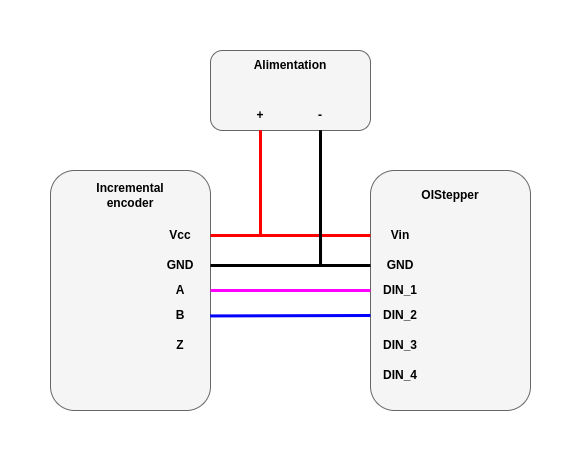
Before: docs/source/_static/encoder_connection.png, a diagram exported from draw.io (openindus/oi-firmware). Source tidied: cells renumbered, new cells last; positions are measured from the earlier drawing's top-left corner, leaving out a move shared by most shapes.
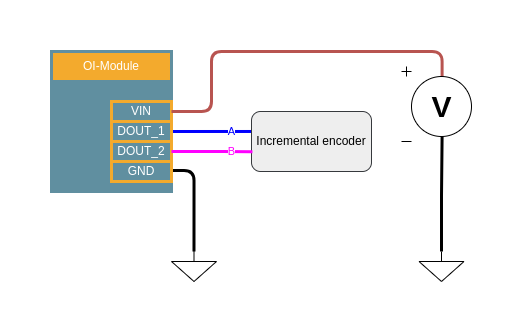
Above is the later version.

The edit, as a diff of the source:
```diff
@@ -2,93 +2,77 @@
   <root>
     <mxCell id="0" />
     <mxCell id="1" parent="0" />
-    <mxCell id="2" style="rounded=1;whiteSpace=wrap;html=1;fillColor=#f5f5f5;fontColor=#333333;strokeColor=#666666;" parent="1" vertex="1">
-      <mxGeometry x="320" y="120" width="160" height="240" as="geometry" />
-    </mxCell>
-    <mxCell id="3" style="rounded=1;whiteSpace=wrap;html=1;fillColor=#f5f5f5;fontColor=#333333;strokeColor=#666666;" parent="1" vertex="1">
-      <mxGeometry y="120" width="160" height="240" as="geometry" />
-    </mxCell>
+    <mxCell id="27" value="OI-Module" style="rounded=0;whiteSpace=wrap;html=1;fillColor=#F3AA2D;fontColor=#FFFFFF;strokeColor=#608FA0;strokeWidth=3;" parent="1" vertex="1">
+      <mxGeometry x="-150" y="70" width="120" height="30" as="geometry" />
+    </mxCell>
+    <mxCell id="28" style="rounded=0;whiteSpace=wrap;html=1;fillColor=#608FA0;strokeColor=#608FA0;fontColor=#ffffff;strokeWidth=3;" parent="1" vertex="1">
+      <mxGeometry x="-150" y="100" width="120" height="110" as="geometry" />
+    </mxCell>
+    <mxCell id="29" style="edgeStyle=orthogonalEdgeStyle;rounded=1;jettySize=auto;html=1;exitX=1;exitY=0.5;exitDx=0;exitDy=0;endArrow=none;endFill=0;fillColor=#f8cecc;strokeColor=#0000FF;strokeWidth=3;curved=0;entryX=0.017;entryY=0.333;entryDx=0;entryDy=0;entryPerimeter=0;" parent="1" edge="1" source="30" target="4">
+      <mxGeometry relative="1" as="geometry" />
+    </mxCell>
+    <mxCell id="18" value="A" style="edgeLabel;html=1;align=center;verticalAlign=middle;fontColor=#0000FF;" parent="29" vertex="1">
+      <mxGeometry x="-0.14" relative="1" as="geometry">
+        <mxPoint x="25" as="offset" />
+      </mxGeometry>
+    </mxCell>
+    <mxCell id="30" value="DOUT_1" style="rounded=0;whiteSpace=wrap;html=1;strokeColor=#F3AA2D;strokeWidth=3;fillColor=none;fontColor=#FFFFFF;" parent="1" vertex="1">
+      <mxGeometry x="-90" y="140" width="60" height="20" as="geometry" />
+    </mxCell>
+    <mxCell id="31" value="VIN" style="rounded=0;whiteSpace=wrap;html=1;strokeColor=#F3AA2D;strokeWidth=3;fillColor=none;fontColor=#FFFFFF;" parent="1" vertex="1">
+      <mxGeometry x="-90" y="120" width="60" height="20" as="geometry" />
+    </mxCell>
+    <mxCell id="32" style="edgeStyle=orthogonalEdgeStyle;rounded=1;jettySize=auto;html=1;entryX=0.5;entryY=0;entryDx=0;entryDy=0;entryPerimeter=0;endArrow=none;endFill=0;strokeWidth=3;curved=0;" parent="1" edge="1" source="33" target="34">
+      <mxGeometry relative="1" as="geometry">
+        <Array as="points">
+          <mxPoint x="-7" y="189" />
+        </Array>
+      </mxGeometry>
+    </mxCell>
+    <mxCell id="33" value="GND" style="rounded=0;whiteSpace=wrap;html=1;strokeColor=#F3AA2D;strokeWidth=3;fillColor=none;fontColor=#FFFFFF;" parent="1" vertex="1">
+      <mxGeometry x="-90" y="180" width="60" height="20" as="geometry" />
+    </mxCell>
+    <mxCell id="34" style="verticalLabelPosition=bottom;shadow=0;dashed=0;align=center;html=1;verticalAlign=top;shape=mxgraph.electrical.signal_sources.signal_ground;" parent="1" vertex="1">
+      <mxGeometry x="-30" y="270" width="45" height="30" as="geometry" />
+    </mxCell>
+    <mxCell id="35" style="edgeStyle=orthogonalEdgeStyle;rounded=1;jettySize=auto;html=1;exitX=0.58;exitY=0.135;exitDx=0;exitDy=0;exitPerimeter=0;entryX=1;entryY=0.5;entryDx=0;entryDy=0;endArrow=none;endFill=0;fillColor=#f8cecc;strokeColor=#b85450;strokeWidth=3;curved=0;" parent="1" edge="1" source="36" target="31">
+      <mxGeometry relative="1" as="geometry">
+        <Array as="points">
+          <mxPoint x="241" y="70" />
+          <mxPoint x="10" y="70" />
+          <mxPoint x="10" y="130" />
+        </Array>
+      </mxGeometry>
+    </mxCell>
+    <mxCell id="36" style="verticalLabelPosition=bottom;shadow=0;dashed=0;align=center;html=1;verticalAlign=top;shape=mxgraph.electrical.signal_sources.dc_source_1;" parent="1" vertex="1">
+      <mxGeometry x="200" y="85" width="70" height="75" as="geometry" />
+    </mxCell>
+    <mxCell id="37" value="V" style="text;html=1;align=center;verticalAlign=middle;strokeColor=none;fillColor=none;fontStyle=1;fontSize=30;" parent="1" vertex="1">
+      <mxGeometry x="220" y="100" width="40" height="50" as="geometry" />
+    </mxCell>
+    <mxCell id="38" style="edgeStyle=orthogonalEdgeStyle;rounded=0;jettySize=auto;html=1;endArrow=none;endFill=0;entryX=0.58;entryY=0.935;entryDx=0;entryDy=0;entryPerimeter=0;strokeWidth=3;" parent="1" edge="1" source="39" target="36">
+      <mxGeometry relative="1" as="geometry" />
+    </mxCell>
+    <mxCell id="39" style="verticalLabelPosition=bottom;shadow=0;dashed=0;align=center;html=1;verticalAlign=top;shape=mxgraph.electrical.signal_sources.signal_ground;" parent="1" vertex="1">
+      <mxGeometry x="217.5" y="270" width="45" height="30" as="geometry" />
+    </mxCell>
+    <mxCell id="40" value="DOUT_2" style="rounded=0;whiteSpace=wrap;html=1;strokeColor=#F3AA2D;strokeWidth=3;fillColor=none;fontColor=#FFFFFF;" parent="1" vertex="1">
+      <mxGeometry x="-90" y="160" width="60" height="20" as="geometry" />
+    </mxCell>
-    <mxCell id="4" value="&lt;b&gt;Incremental encoder&lt;/b&gt;" style="text;html=1;align=center;verticalAlign=middle;whiteSpace=wrap;rounded=0;" parent="1" vertex="1">
-      <mxGeometry x="50" y="130" width="60" height="30" as="geometry" />
+    <mxCell id="4" value="Incremental encoder" style="rounded=1;whiteSpace=wrap;html=1;fillColor=#eeeeee;strokeColor=#36393d;" parent="1" vertex="1">
+      <mxGeometry x="50" y="130" width="120" height="60" as="geometry" />
     </mxCell>
-    <mxCell id="5" value="&lt;b&gt;OIStepper&lt;/b&gt;" style="text;html=1;align=center;verticalAlign=middle;whiteSpace=wrap;rounded=0;" parent="1" vertex="1">
-      <mxGeometry x="370" y="130" width="60" height="30" as="geometry" />
-    </mxCell>
-    <mxCell id="6" style="endArrow=none;html=1;rounded=0;exitX=0.998;exitY=0.606;exitDx=0;exitDy=0;exitPerimeter=0;strokeWidth=3;strokeColor=#0000FF;entryX=0;entryY=0.5;entryDx=0;entryDy=0;" parent="1" edge="1" source="3" target="20">
-      <mxGeometry relative="1" as="geometry" />
-    </mxCell>
-    <mxCell id="7" style="endArrow=none;html=1;rounded=0;entryX=0;entryY=0.5;entryDx=0;entryDy=0;strokeWidth=3;strokeColor=#FF00FF;exitX=1;exitY=0.5;exitDx=0;exitDy=0;" parent="1" edge="1" source="3" target="19">
-      <mxGeometry relative="1" as="geometry" />
-    </mxCell>
-    <mxCell id="8" style="rounded=1;whiteSpace=wrap;html=1;fillColor=#f5f5f5;fontColor=#333333;strokeColor=#666666;" parent="1" vertex="1">
-      <mxGeometry x="160" width="160" height="80" as="geometry" />
-    </mxCell>
-    <mxCell id="9" value="&lt;b&gt;Alimentation&lt;/b&gt;" style="text;html=1;align=center;verticalAlign=middle;whiteSpace=wrap;rounded=0;" parent="1" vertex="1">
-      <mxGeometry x="210" width="60" height="30" as="geometry" />
-    </mxCell>
-    <mxCell id="10" value="&lt;b&gt;+&lt;/b&gt;" style="text;html=1;align=center;verticalAlign=middle;whiteSpace=wrap;rounded=0;" parent="1" vertex="1">
-      <mxGeometry x="180" y="50" width="60" height="30" as="geometry" />
-    </mxCell>
-    <mxCell id="11" value="&lt;b&gt;-&lt;/b&gt;" style="text;html=1;align=center;verticalAlign=middle;whiteSpace=wrap;rounded=0;" parent="1" vertex="1">
-      <mxGeometry x="240" y="50" width="60" height="30" as="geometry" />
-    </mxCell>
-    <mxCell id="12" style="endArrow=none;html=1;rounded=0;entryX=0.5;entryY=1;entryDx=0;entryDy=0;strokeWidth=3;strokeColor=#FF0000;exitX=1;exitY=0.5;exitDx=0;exitDy=0;edgeStyle=orthogonalEdgeStyle;" parent="1" edge="1" source="14" target="10">
-      <mxGeometry relative="1" as="geometry" />
-    </mxCell>
-    <mxCell id="13" style="endArrow=none;html=1;rounded=0;entryX=0.5;entryY=1;entryDx=0;entryDy=0;strokeWidth=3;strokeColor=#FF0000;edgeStyle=orthogonalEdgeStyle;exitX=0;exitY=0.5;exitDx=0;exitDy=0;" parent="1" edge="1" source="15" target="10">
-      <mxGeometry relative="1" as="geometry">
-        <Array as="points">
-          <mxPoint x="210" y="185" />
-        </Array>
-      </mxGeometry>
-    </mxCell>
-    <mxCell id="14" value="&lt;b&gt;Vcc&lt;/b&gt;" style="text;html=1;align=center;verticalAlign=middle;whiteSpace=wrap;rounded=0;" parent="1" vertex="1">
-      <mxGeometry x="100" y="170" width="60" height="30" as="geometry" />
-    </mxCell>
-    <mxCell id="15" value="&lt;b&gt;Vin&lt;/b&gt;" style="text;html=1;align=center;verticalAlign=middle;whiteSpace=wrap;rounded=0;" parent="1" vertex="1">
-      <mxGeometry x="320" y="170" width="60" height="30" as="geometry" />
-    </mxCell>
-    <mxCell id="16" value="&lt;b&gt;GND&lt;/b&gt;" style="text;html=1;align=center;verticalAlign=middle;whiteSpace=wrap;rounded=0;" parent="1" vertex="1">
-      <mxGeometry x="100" y="200" width="60" height="30" as="geometry" />
-    </mxCell>
-    <mxCell id="17" value="&lt;b&gt;GND&lt;/b&gt;" style="text;html=1;align=center;verticalAlign=middle;whiteSpace=wrap;rounded=0;" parent="1" vertex="1">
-      <mxGeometry x="320" y="200" width="60" height="30" as="geometry" />
-    </mxCell>
-    <mxCell id="18" value="&lt;b&gt;A&lt;/b&gt;" style="text;html=1;align=center;verticalAlign=middle;whiteSpace=wrap;rounded=0;" parent="1" vertex="1">
-      <mxGeometry x="100" y="225" width="60" height="30" as="geometry" />
-    </mxCell>
-    <mxCell id="19" value="&lt;b&gt;DIN_1&lt;/b&gt;" style="text;html=1;align=center;verticalAlign=middle;whiteSpace=wrap;rounded=0;" parent="1" vertex="1">
-      <mxGeometry x="320" y="225" width="60" height="30" as="geometry" />
-    </mxCell>
-    <mxCell id="20" value="&lt;b&gt;DIN_2&lt;/b&gt;" style="text;html=1;align=center;verticalAlign=middle;whiteSpace=wrap;rounded=0;" parent="1" vertex="1">
-      <mxGeometry x="320" y="250" width="60" height="30" as="geometry" />
-    </mxCell>
-    <mxCell id="21" value="&lt;b&gt;DIN_3&lt;/b&gt;" style="text;html=1;align=center;verticalAlign=middle;whiteSpace=wrap;rounded=0;" parent="1" vertex="1">
-      <mxGeometry x="320" y="280" width="60" height="30" as="geometry" />
-    </mxCell>
-    <mxCell id="22" value="&lt;b&gt;DIN_4&lt;/b&gt;" style="text;html=1;align=center;verticalAlign=middle;whiteSpace=wrap;rounded=0;" parent="1" vertex="1">
-      <mxGeometry x="320" y="310" width="60" height="30" as="geometry" />
-    </mxCell>
+    <mxCell id="41" style="edgeStyle=orthogonalEdgeStyle;rounded=1;jettySize=auto;html=1;exitX=1;exitY=0.5;exitDx=0;exitDy=0;endArrow=none;endFill=0;fillColor=#f8cecc;strokeColor=#FF00FF;strokeWidth=3;curved=0;entryX=0.008;entryY=0.672;entryDx=0;entryDy=0;entryPerimeter=0;" parent="1" edge="1" source="40" target="4">
+      <mxGeometry relative="1" as="geometry">
+        <Array as="points">
+          <mxPoint x="10" y="170" />
+        </Array>
+      </mxGeometry>
+    </mxCell>
-    <mxCell id="23" value="&lt;b&gt;B&lt;/b&gt;" style="text;html=1;align=center;verticalAlign=middle;whiteSpace=wrap;rounded=0;" parent="1" vertex="1">
-      <mxGeometry x="100" y="250" width="60" height="30" as="geometry" />
+    <mxCell id="23" value="B" style="edgeLabel;html=1;align=center;verticalAlign=middle;fontColor=#FF00FF;" parent="41" vertex="1">
+      <mxGeometry x="-0.07" relative="1" as="geometry">
+        <mxPoint x="22" as="offset" />
+      </mxGeometry>
     </mxCell>
-    <mxCell id="24" value="&lt;b&gt;Z&lt;/b&gt;" style="text;html=1;align=center;verticalAlign=middle;whiteSpace=wrap;rounded=0;" parent="1" vertex="1">
-      <mxGeometry x="100" y="280" width="60" height="30" as="geometry" />
-    </mxCell>
-    <mxCell id="25" style="endArrow=none;html=1;rounded=0;entryX=0.5;entryY=1;entryDx=0;entryDy=0;strokeWidth=3;strokeColor=#000000;edgeStyle=orthogonalEdgeStyle;exitX=0;exitY=0.5;exitDx=0;exitDy=0;" parent="1" edge="1" source="17" target="11">
-      <mxGeometry relative="1" as="geometry">
-        <Array as="points">
-          <mxPoint x="270" y="215" />
-        </Array>
-      </mxGeometry>
-    </mxCell>
-    <mxCell id="26" style="endArrow=none;html=1;rounded=0;strokeWidth=3;strokeColor=#000000;edgeStyle=orthogonalEdgeStyle;exitX=1;exitY=0.5;exitDx=0;exitDy=0;" parent="1" edge="1" source="16">
-      <mxGeometry relative="1" as="geometry">
-        <mxPoint x="270" y="80" as="targetPoint" />
-        <Array as="points">
-          <mxPoint x="270" y="215" />
-        </Array>
-      </mxGeometry>
-    </mxCell>
   </root>
 </mxGraphModel>
```
